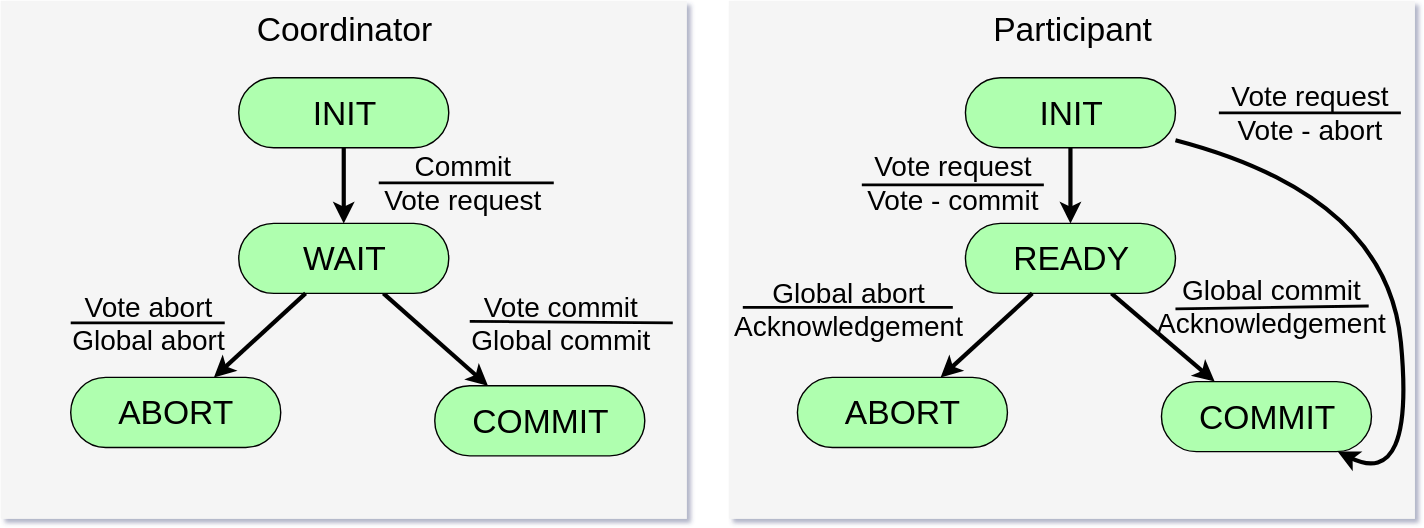
petkorutesic/distributed-systems keeps this draw.io diagram as myfiles/images/algorithms/two-phase.svg. Above is the earlier version. Source tidied: cells renumbered, new cells last; positions are measured from the earlier drawing's top-left corner, leaving out a move shared by most shapes.
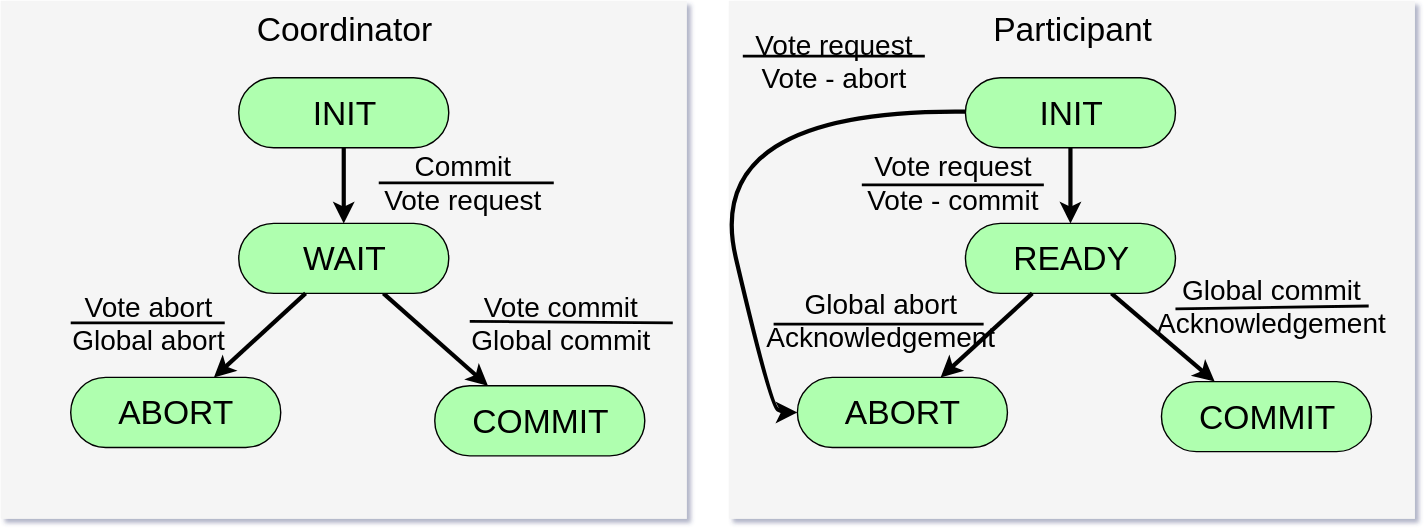
The same diagram one commit later.

What changed in the source:
```diff
@@ -50,11 +50,12 @@
     <mxCell id="17" style="endArrow=classic;html=1;strokeWidth=3;" parent="1" edge="1" source="11" target="13">
       <mxGeometry relative="1" as="geometry" />
     </mxCell>
-    <mxCell id="18" style="curved=1;endArrow=classic;html=1;strokeWidth=3;fontSize=24;" parent="1" edge="1" source="11" target="15">
+    <mxCell id="18" style="curved=1;endArrow=classic;html=1;strokeWidth=3;fontSize=24;" parent="1" edge="1" source="11" target="14">
       <mxGeometry relative="1" as="geometry">
         <Array as="points">
-          <mxPoint x="990" y="139" />
-          <mxPoint x="1010" y="349" />
+          <mxPoint x="500" y="77" />
+          <mxPoint x="550" y="290" />
+          <mxPoint x="560" y="294" />
         </Array>
       </mxGeometry>
     </mxCell>
@@ -77,18 +78,18 @@
       <mxGeometry x="615" y="120" width="130" height="20" as="geometry" />
     </mxCell>
     <mxCell id="25" value="&lt;div&gt;Global abort&lt;/div&gt;&lt;div&gt;Acknowledgement&lt;br&gt;&lt;/div&gt;" style="text;html=1;strokeColor=none;fillColor=none;align=center;verticalAlign=middle;whiteSpace=wrap;rounded=0;fontSize=20;" parent="1" vertex="1">
-      <mxGeometry x="540" y="210" width="130" height="20" as="geometry" />
+      <mxGeometry x="563" y="218" width="130" height="20" as="geometry" />
     </mxCell>
     <mxCell id="26" value="&lt;div&gt;Global commit&lt;br&gt;&lt;/div&gt;&lt;div&gt;Acknowledgement&lt;br&gt;&lt;/div&gt;" style="text;html=1;strokeColor=none;fillColor=none;align=center;verticalAlign=middle;whiteSpace=wrap;rounded=0;fontSize=20;" parent="1" vertex="1">
       <mxGeometry x="837" y="208" width="140" height="20" as="geometry" />
     </mxCell>
     <mxCell id="27" value="&lt;div&gt;Vote request&lt;br&gt;&lt;/div&gt;&lt;div&gt;Vote - abort&lt;br&gt;&lt;/div&gt;" style="text;html=1;strokeColor=none;fillColor=none;align=center;verticalAlign=middle;whiteSpace=wrap;rounded=0;fontSize=20;" parent="1" vertex="1">
-      <mxGeometry x="870" y="70" width="130" height="20" as="geometry" />
+      <mxGeometry x="530" y="33" width="130" height="20" as="geometry" />
     </mxCell>
     <mxCell id="28" style="endArrow=none;html=1;strokeWidth=2;fontSize=20;" parent="1" edge="1">
       <mxGeometry relative="1" as="geometry">
-        <mxPoint x="530" y="219" as="sourcePoint" />
-        <mxPoint x="680" y="219" as="targetPoint" />
+        <mxPoint x="552" y="231" as="sourcePoint" />
+        <mxPoint x="702" y="231" as="targetPoint" />
       </mxGeometry>
     </mxCell>
     <mxCell id="29" style="endArrow=none;html=1;strokeWidth=2;fontSize=20;" parent="1" edge="1">
@@ -115,8 +116,8 @@
     </mxCell>
     <mxCell id="33" style="endArrow=none;html=1;strokeWidth=2;fontSize=20;" parent="1" edge="1">
       <mxGeometry relative="1" as="geometry">
-        <mxPoint x="870" y="80" as="sourcePoint" />
-        <mxPoint x="1000" y="80" as="targetPoint" />
+        <mxPoint x="530" y="39.5" as="sourcePoint" />
+        <mxPoint x="660" y="39.5" as="targetPoint" />
       </mxGeometry>
     </mxCell>
     <mxCell id="34" style="endArrow=none;html=1;strokeWidth=2;fontSize=20;" parent="1" edge="1">
```
